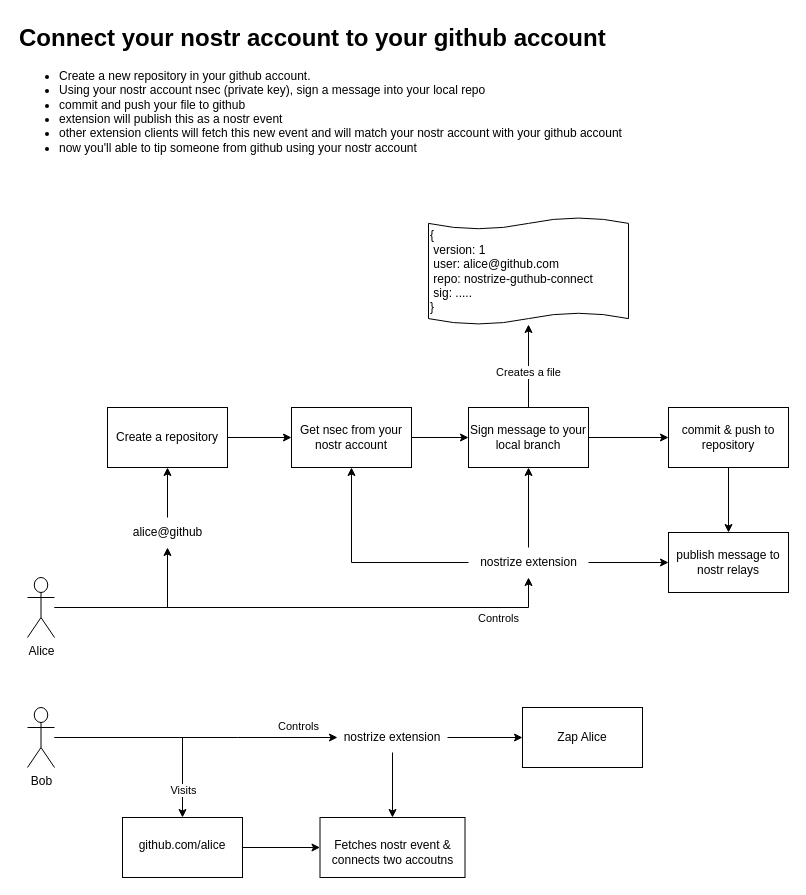
Before: page "Nostr Github Connection" (2 of 2) of Nostrize Architecture.drawio in nostrize/extension, a draw.io diagram. Source tidied: cells renumbered, new cells numbered last; positions are measured from the earlier drawing's top-left corner, leaving out a move shared by most shapes. Both pictures are drawn from the tidied source at 100%, with x=0, y=0 at pixel (17, 17).
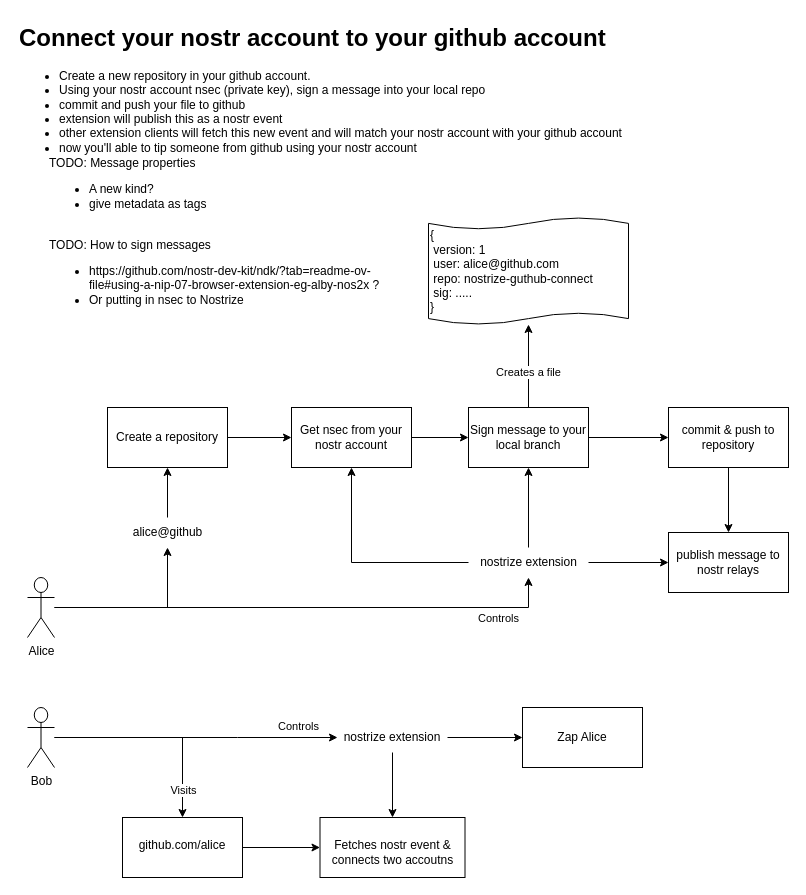
After the change.

Change to the diagram source:
```diff
@@
+    <mxCell id="37" value="TODO:&amp;nbsp;&lt;span style=&quot;background-color: initial;&quot;&gt;Message properties&lt;/span&gt;&lt;div&gt;&lt;ul&gt;&lt;li&gt;A new kind?&lt;/li&gt;&lt;li&gt;give metadata as tags&lt;/li&gt;&lt;/ul&gt;&lt;br style=&quot;background-color: initial;&quot;&gt;&lt;span style=&quot;background-color: initial;&quot;&gt;TODO: How to sign messages&lt;/span&gt;&lt;div style=&quot;background-color: initial;&quot;&gt;&lt;ul&gt;&lt;li&gt;&lt;span style=&quot;background-color: initial;&quot;&gt;https://github.com/nostr-dev-kit/ndk/?tab=readme-ov-file#using-a-nip-07-browser-extension-eg-alby-nos2x&amp;nbsp;?&lt;/span&gt;&lt;/li&gt;&lt;li&gt;&lt;span style=&quot;background-color: initial;&quot;&gt;Or putting in nsec to Nostrize&lt;/span&gt;&lt;/li&gt;&lt;/ul&gt;&lt;/div&gt;&lt;/div&gt;" style="text;html=1;align=left;verticalAlign=middle;whiteSpace=wrap;rounded=0;" parent="1" vertex="1">
+      <mxGeometry x="30" y="200" width="360" height="40" as="geometry" />
+    </mxCell>
```
